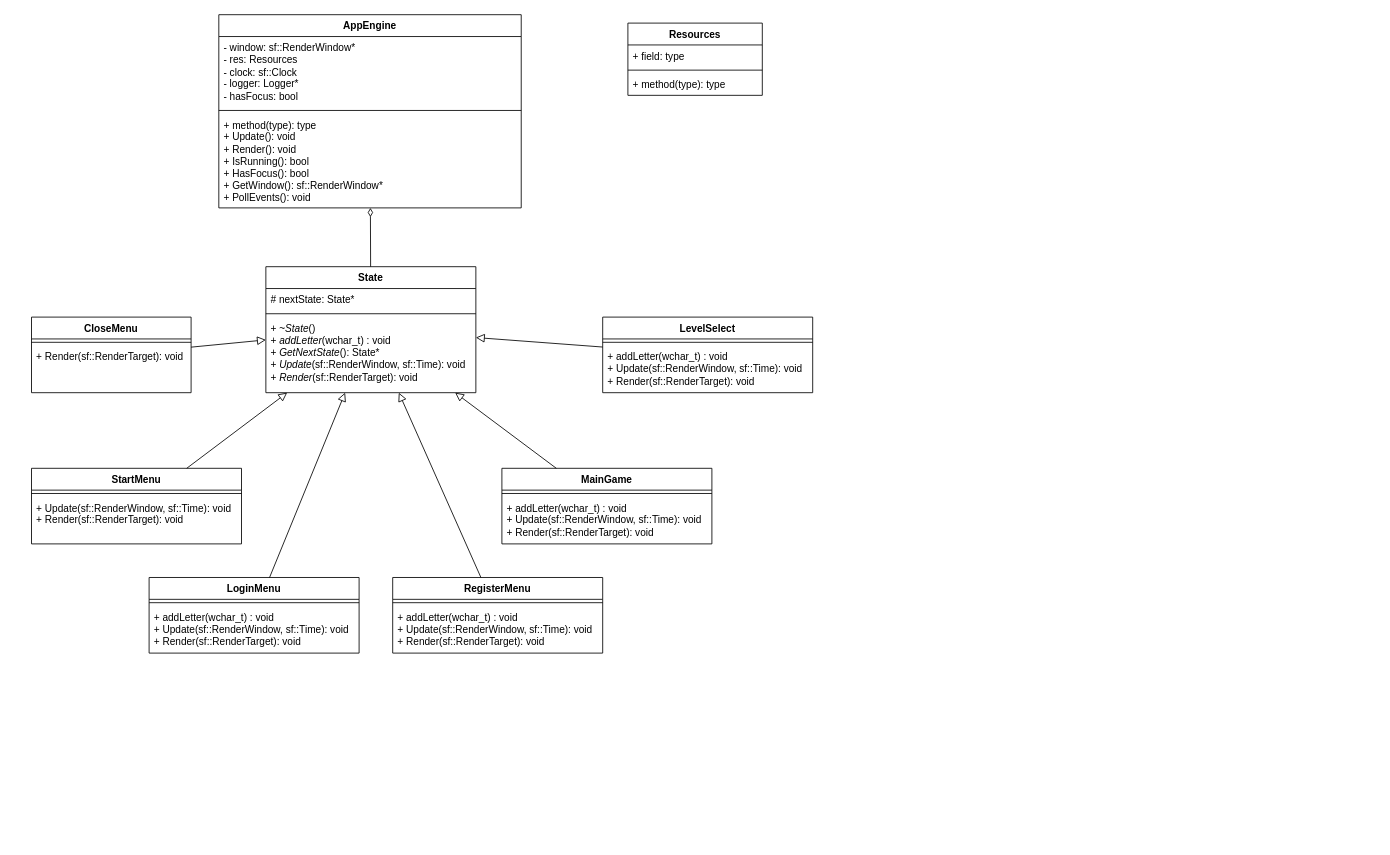
This is page "diagram_klas_appEngine" (11 of 19) of plan.drawio from bravePeer/BScThesis, a draw.io file, before an edit. Source tidied: cells renumbered, new cells numbered last; positions are measured from the earlier drawing's top-left corner, leaving out a move shared by most shapes. Both pictures are drawn from the tidied source at 84%, with x=0, y=0 at pixel (31, 14).
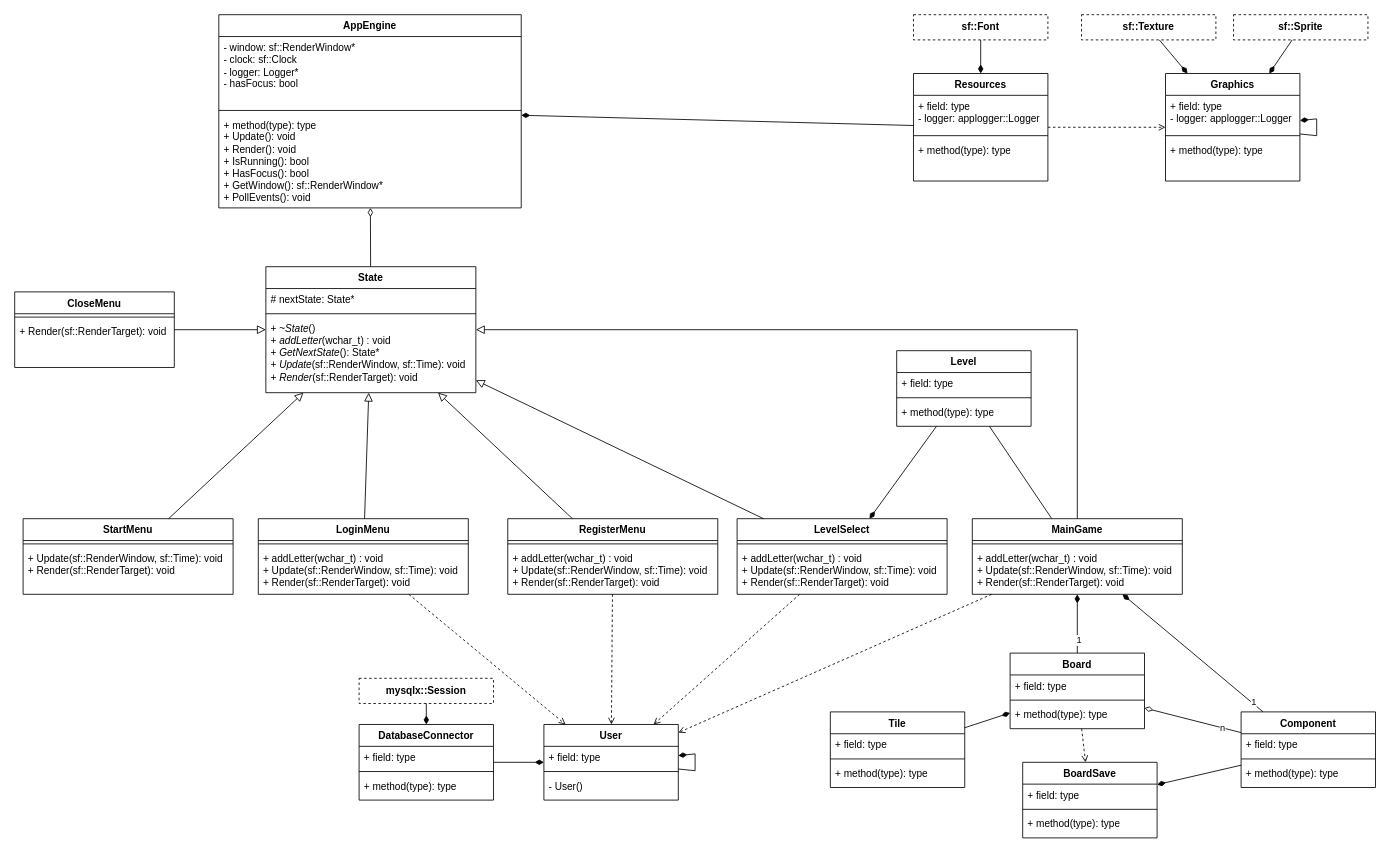
Above is the later version.

The change refers to these unchanged cells:
```xml
<mxCell id="2" value="State" style="swimlane;fontStyle=1;align=center;verticalAlign=top;horizontal=1;startSize=26;whiteSpace=wrap;html=1;" parent="1" vertex="1">
  <mxGeometry x="279" y="300" width="250" height="150" as="geometry" />
</mxCell>
<mxCell id="36" value="AppEngine" style="swimlane;fontStyle=1;align=center;verticalAlign=top;horizontal=1;startSize=26;whiteSpace=wrap;html=1;" parent="1" vertex="1">
  <mxGeometry x="223" width="360" height="230" as="geometry" />
</mxCell>
```

What changed in the source:
```diff
@@
     <mxCell id="6" value="LoginMenu" style="swimlane;fontStyle=1;align=center;verticalAlign=top;horizontal=1;startSize=26;whiteSpace=wrap;html=1;" parent="1" vertex="1">
-      <mxGeometry x="140" y="670" width="250" height="90" as="geometry" />
+      <mxGeometry x="270" y="600" width="250" height="90" as="geometry" />
     </mxCell>
@@
     <mxCell id="9" value="StartMenu" style="swimlane;fontStyle=1;align=center;verticalAlign=top;horizontal=1;startSize=26;whiteSpace=wrap;html=1;" parent="1" vertex="1">
-      <mxGeometry y="540" width="250" height="90" as="geometry" />
+      <mxGeometry x="-10" y="600" width="250" height="90" as="geometry" />
     </mxCell>
@@
     <mxCell id="12" value="RegisterMenu" style="swimlane;fontStyle=1;align=center;verticalAlign=top;horizontal=1;startSize=26;whiteSpace=wrap;html=1;" parent="1" vertex="1">
-      <mxGeometry x="430" y="670" width="250" height="90" as="geometry" />
+      <mxGeometry x="567" y="600" width="250" height="90" as="geometry" />
     </mxCell>
@@
     <mxCell id="15" value="LevelSelect" style="swimlane;fontStyle=1;align=center;verticalAlign=top;horizontal=1;startSize=26;whiteSpace=wrap;html=1;" parent="1" vertex="1">
-      <mxGeometry x="680" y="360" width="250" height="90" as="geometry" />
+      <mxGeometry x="840" y="600" width="250" height="90" as="geometry" />
     </mxCell>
@@
     <mxCell id="18" value="MainGame" style="swimlane;fontStyle=1;align=center;verticalAlign=top;horizontal=1;startSize=26;whiteSpace=wrap;html=1;" parent="1" vertex="1">
-      <mxGeometry x="560" y="540" width="250" height="90" as="geometry" />
+      <mxGeometry x="1120" y="600" width="250" height="90" as="geometry" />
     </mxCell>
@@
     <mxCell id="21" value="CloseMenu" style="swimlane;fontStyle=1;align=center;verticalAlign=top;horizontal=1;startSize=26;whiteSpace=wrap;html=1;" parent="1" vertex="1">
-      <mxGeometry y="360" width="190" height="90" as="geometry" />
+      <mxGeometry x="-20" y="330" width="190" height="90" as="geometry" />
     </mxCell>
@@
     <mxCell id="32" style="endArrow=block;html=1;rounded=0;align=center;verticalAlign=bottom;endFill=0;labelBackgroundColor=none;endSize=8;" parent="1" edge="1" source="18" target="2">
-      <mxGeometry relative="1" as="geometry" />
+      <mxGeometry relative="1" as="geometry">
+        <Array as="points">
+          <mxPoint x="1245" y="375" />
+        </Array>
+      </mxGeometry>
     </mxCell>
@@
-    <mxCell id="37" value="- window: sf::RenderWindow*&lt;br&gt;- res: Resources&lt;br&gt;- clock: sf::Clock&lt;br&gt;- logger: Logger*&lt;br&gt;- hasFocus: bool" style="text;strokeColor=none;fillColor=none;align=left;verticalAlign=top;spacingLeft=4;spacingRight=4;overflow=hidden;whiteSpace=wrap;html=1;" parent="36" vertex="1">
+    <mxCell id="37" value="- window: sf::RenderWindow*&lt;br&gt;- clock: sf::Clock&lt;br&gt;- logger: Logger*&lt;br&gt;- hasFocus: bool" style="text;strokeColor=none;fillColor=none;align=left;verticalAlign=top;spacingLeft=4;spacingRight=4;overflow=hidden;whiteSpace=wrap;html=1;" parent="36" vertex="1">
       <mxGeometry y="26" width="360" height="84" as="geometry" />
     </mxCell>
@@
     <mxCell id="40" value="Resources" style="swimlane;fontStyle=1;align=center;verticalAlign=top;horizontal=1;startSize=26;whiteSpace=wrap;html=1;" parent="1" vertex="1">
-      <mxGeometry x="710" y="10" width="160" height="86" as="geometry" />
+      <mxGeometry x="1050" y="70" width="160" height="128" as="geometry" />
     </mxCell>
-    <mxCell id="41" value="+ field: type" style="text;strokeColor=none;fillColor=none;align=left;verticalAlign=top;spacingLeft=4;spacingRight=4;overflow=hidden;whiteSpace=wrap;html=1;" parent="40" vertex="1">
-      <mxGeometry y="26" width="160" height="26" as="geometry" />
+    <mxCell id="41" value="+ field: type&lt;br&gt;- logger: applogger::Logger" style="text;strokeColor=none;fillColor=none;align=left;verticalAlign=top;spacingLeft=4;spacingRight=4;overflow=hidden;whiteSpace=wrap;html=1;" parent="40" vertex="1">
+      <mxGeometry y="26" width="160" height="44" as="geometry" />
     </mxCell>
     <mxCell id="42" style="line;strokeWidth=1;fillColor=none;align=left;verticalAlign=middle;spacingTop=-1;spacingLeft=3;spacingRight=3;labelPosition=right;strokeColor=inherit;" parent="40" vertex="1">
-      <mxGeometry y="52" width="160" height="8" as="geometry" />
+      <mxGeometry y="70" width="160" height="8" as="geometry" />
     </mxCell>
-    <mxCell id="43" value="+ method(type): type" style="text;strokeColor=none;fillColor=none;align=left;verticalAlign=top;spacingLeft=4;spacingRight=4;overflow=hidden;whiteSpace=wrap;html=1;" parent="40" vertex="1">
-      <mxGeometry y="60" width="160" height="26" as="geometry" />
+    <mxCell id="43" value="+ method(type): type&lt;br&gt;" style="text;strokeColor=none;fillColor=none;align=left;verticalAlign=top;spacingLeft=4;spacingRight=4;overflow=hidden;whiteSpace=wrap;html=1;" parent="40" vertex="1">
+      <mxGeometry y="78" width="160" height="50" as="geometry" />
     </mxCell>
@@
+    <mxCell id="45" style="endArrow=none;startArrow=diamondThin;endFill=0;startFill=1;html=1;verticalAlign=bottom;labelBackgroundColor=none;strokeWidth=1;startSize=8;endSize=8;rounded=0;" parent="1" edge="1" source="36" target="40">
+      <mxGeometry relative="1" as="geometry" />
+    </mxCell>
+    <mxCell id="46" value="Graphics" style="swimlane;fontStyle=1;align=center;verticalAlign=top;horizontal=1;startSize=26;whiteSpace=wrap;html=1;" parent="1" vertex="1">
+      <mxGeometry x="1350" y="70" width="160" height="128" as="geometry" />
+    </mxCell>
+    <mxCell id="47" value="+ field: type&lt;br&gt;- logger: applogger::Logger" style="text;strokeColor=none;fillColor=none;align=left;verticalAlign=top;spacingLeft=4;spacingRight=4;overflow=hidden;whiteSpace=wrap;html=1;" parent="46" vertex="1">
+      <mxGeometry y="26" width="160" height="44" as="geometry" />
+    </mxCell>
+    <mxCell id="48" style="line;strokeWidth=1;fillColor=none;align=left;verticalAlign=middle;spacingTop=-1;spacingLeft=3;spacingRight=3;labelPosition=right;strokeColor=inherit;" parent="46" vertex="1">
+      <mxGeometry y="70" width="160" height="8" as="geometry" />
+    </mxCell>
+    <mxCell id="49" value="+ method(type): type&lt;br style=&quot;border-color: var(--border-color);&quot;&gt;" style="text;strokeColor=none;fillColor=none;align=left;verticalAlign=top;spacingLeft=4;spacingRight=4;overflow=hidden;whiteSpace=wrap;html=1;" parent="46" vertex="1">
+      <mxGeometry y="78" width="160" height="50" as="geometry" />
+    </mxCell>
+    <mxCell id="50" style="endArrow=none;startArrow=diamondThin;endFill=0;startFill=1;html=1;verticalAlign=bottom;labelBackgroundColor=none;strokeWidth=1;startSize=8;endSize=8;rounded=0;" parent="1" edge="1" source="46" target="46">
+      <mxGeometry relative="1" as="geometry" />
+    </mxCell>
+    <mxCell id="51" value="&lt;b&gt;sf::Font&lt;/b&gt;" style="rounded=0;whiteSpace=wrap;html=1;dashed=1;" parent="1" vertex="1">
+      <mxGeometry x="1050" width="160" height="30" as="geometry" />
+    </mxCell>
+    <mxCell id="52" style="endArrow=none;startArrow=diamondThin;endFill=0;startFill=1;html=1;verticalAlign=bottom;labelBackgroundColor=none;strokeWidth=1;startSize=8;endSize=8;rounded=0;" parent="1" edge="1">
+      <mxGeometry relative="1" as="geometry">
+        <mxPoint x="470" y="845" as="sourcePoint" />
+        <mxPoint x="470" y="805" as="targetPoint" />
+      </mxGeometry>
+    </mxCell>
+    <mxCell id="53" value="&lt;b&gt;sf::Texture&lt;/b&gt;" style="rounded=0;whiteSpace=wrap;html=1;dashed=1;" parent="1" vertex="1">
+      <mxGeometry x="1250" width="160" height="30" as="geometry" />
+    </mxCell>
+    <mxCell id="54" value="&lt;b&gt;sf::Sprite&lt;/b&gt;" style="rounded=0;whiteSpace=wrap;html=1;dashed=1;" parent="1" vertex="1">
+      <mxGeometry x="1431" width="160" height="30" as="geometry" />
+    </mxCell>
+    <mxCell id="55" style="endArrow=none;startArrow=diamondThin;endFill=0;startFill=1;html=1;verticalAlign=bottom;labelBackgroundColor=none;strokeWidth=1;startSize=8;endSize=8;rounded=0;" parent="1" edge="1" source="46" target="54">
+      <mxGeometry relative="1" as="geometry" />
+    </mxCell>
+    <mxCell id="56" style="endArrow=none;startArrow=diamondThin;endFill=0;startFill=1;html=1;verticalAlign=bottom;labelBackgroundColor=none;strokeWidth=1;startSize=8;endSize=8;rounded=0;" parent="1" edge="1" source="46" target="53">
+      <mxGeometry relative="1" as="geometry" />
+    </mxCell>
+    <mxCell id="57" value="User" style="swimlane;fontStyle=1;align=center;verticalAlign=top;horizontal=1;startSize=26;whiteSpace=wrap;html=1;" parent="1" vertex="1">
+      <mxGeometry x="610" y="845" width="160" height="90" as="geometry" />
+    </mxCell>
+    <mxCell id="58" value="+ field: type" style="text;strokeColor=none;fillColor=none;align=left;verticalAlign=top;spacingLeft=4;spacingRight=4;overflow=hidden;whiteSpace=wrap;html=1;" parent="57" vertex="1">
+      <mxGeometry y="26" width="160" height="26" as="geometry" />
+    </mxCell>
+    <mxCell id="59" style="line;strokeWidth=1;fillColor=none;align=left;verticalAlign=middle;spacingTop=-1;spacingLeft=3;spacingRight=3;labelPosition=right;strokeColor=inherit;" parent="57" vertex="1">
+      <mxGeometry y="52" width="160" height="8" as="geometry" />
+    </mxCell>
+    <mxCell id="60" value="- User()" style="text;strokeColor=none;fillColor=none;align=left;verticalAlign=top;spacingLeft=4;spacingRight=4;overflow=hidden;whiteSpace=wrap;html=1;" parent="57" vertex="1">
+      <mxGeometry y="60" width="160" height="30" as="geometry" />
+    </mxCell>
+    <mxCell id="61" value="DatabaseConnector" style="swimlane;fontStyle=1;align=center;verticalAlign=top;horizontal=1;startSize=26;whiteSpace=wrap;html=1;" parent="1" vertex="1">
+      <mxGeometry x="390" y="845" width="160" height="90" as="geometry" />
+    </mxCell>
+    <mxCell id="62" value="+ field: type" style="text;strokeColor=none;fillColor=none;align=left;verticalAlign=top;spacingLeft=4;spacingRight=4;overflow=hidden;whiteSpace=wrap;html=1;" parent="61" vertex="1">
+      <mxGeometry y="26" width="160" height="26" as="geometry" />
+    </mxCell>
+    <mxCell id="63" style="line;strokeWidth=1;fillColor=none;align=left;verticalAlign=middle;spacingTop=-1;spacingLeft=3;spacingRight=3;labelPosition=right;strokeColor=inherit;" parent="61" vertex="1">
+      <mxGeometry y="52" width="160" height="8" as="geometry" />
+    </mxCell>
+    <mxCell id="64" value="+ method(type): type" style="text;strokeColor=none;fillColor=none;align=left;verticalAlign=top;spacingLeft=4;spacingRight=4;overflow=hidden;whiteSpace=wrap;html=1;" parent="61" vertex="1">
+      <mxGeometry y="60" width="160" height="30" as="geometry" />
+    </mxCell>
+    <mxCell id="65" style="endArrow=none;startArrow=diamondThin;endFill=0;startFill=1;html=1;verticalAlign=bottom;labelBackgroundColor=none;strokeWidth=1;startSize=8;endSize=8;rounded=0;" parent="1" edge="1" source="57" target="61">
+      <mxGeometry relative="1" as="geometry" />
+    </mxCell>
+    <mxCell id="66" style="endArrow=none;startArrow=diamondThin;endFill=0;startFill=1;html=1;verticalAlign=bottom;labelBackgroundColor=none;strokeWidth=1;startSize=8;endSize=8;rounded=0;" parent="1" edge="1" source="57" target="57">
+      <mxGeometry relative="1" as="geometry" />
+    </mxCell>
+    <mxCell id="67" style="html=1;verticalAlign=bottom;labelBackgroundColor=none;endArrow=open;endFill=0;dashed=1;rounded=0;" parent="1" edge="1" source="40" target="46">
+      <mxGeometry relative="1" as="geometry" />
+    </mxCell>
+    <mxCell id="68" value="&lt;b&gt;mysqlx::Session&lt;/b&gt;" style="rounded=0;whiteSpace=wrap;html=1;dashed=1;" parent="1" vertex="1">
+      <mxGeometry x="390" y="790" width="160" height="30" as="geometry" />
+    </mxCell>
+    <mxCell id="69" style="html=1;verticalAlign=bottom;labelBackgroundColor=none;endArrow=open;endFill=0;dashed=1;rounded=0;" parent="1" edge="1" source="6" target="57">
+      <mxGeometry relative="1" as="geometry" />
+    </mxCell>
+    <mxCell id="70" style="html=1;verticalAlign=bottom;labelBackgroundColor=none;endArrow=open;endFill=0;dashed=1;rounded=0;" parent="1" edge="1" source="12" target="57">
+      <mxGeometry relative="1" as="geometry" />
+    </mxCell>
+    <mxCell id="71" style="html=1;verticalAlign=bottom;labelBackgroundColor=none;endArrow=open;endFill=0;dashed=1;rounded=0;" parent="1" edge="1" source="15" target="57">
+      <mxGeometry relative="1" as="geometry" />
+    </mxCell>
+    <mxCell id="72" style="html=1;verticalAlign=bottom;labelBackgroundColor=none;endArrow=open;endFill=0;dashed=1;rounded=0;" parent="1" edge="1" source="18" target="57">
+      <mxGeometry relative="1" as="geometry" />
+    </mxCell>
+    <mxCell id="73" style="endArrow=none;startArrow=diamondThin;endFill=0;startFill=1;html=1;verticalAlign=bottom;labelBackgroundColor=none;strokeWidth=1;startSize=8;endSize=8;rounded=0;" parent="1" edge="1" source="40" target="51">
+      <mxGeometry relative="1" as="geometry" />
+    </mxCell>
+    <mxCell id="74" value="Level" style="swimlane;fontStyle=1;align=center;verticalAlign=top;horizontal=1;startSize=26;whiteSpace=wrap;html=1;" parent="1" vertex="1">
+      <mxGeometry x="1030" y="400" width="160" height="90" as="geometry" />
+    </mxCell>
+    <mxCell id="75" value="+ field: type" style="text;strokeColor=none;fillColor=none;align=left;verticalAlign=top;spacingLeft=4;spacingRight=4;overflow=hidden;whiteSpace=wrap;html=1;" parent="74" vertex="1">
+      <mxGeometry y="26" width="160" height="26" as="geometry" />
+    </mxCell>
+    <mxCell id="76" style="line;strokeWidth=1;fillColor=none;align=left;verticalAlign=middle;spacingTop=-1;spacingLeft=3;spacingRight=3;labelPosition=right;strokeColor=inherit;" parent="74" vertex="1">
+      <mxGeometry y="52" width="160" height="8" as="geometry" />
+    </mxCell>
+    <mxCell id="77" value="+ method(type): type" style="text;strokeColor=none;fillColor=none;align=left;verticalAlign=top;spacingLeft=4;spacingRight=4;overflow=hidden;whiteSpace=wrap;html=1;" parent="74" vertex="1">
+      <mxGeometry y="60" width="160" height="30" as="geometry" />
+    </mxCell>
+    <mxCell id="78" value="Board" style="swimlane;fontStyle=1;align=center;verticalAlign=top;horizontal=1;startSize=26;whiteSpace=wrap;html=1;" parent="1" vertex="1">
+      <mxGeometry x="1165" y="760" width="160" height="90" as="geometry" />
+    </mxCell>
+    <mxCell id="79" value="+ field: type" style="text;strokeColor=none;fillColor=none;align=left;verticalAlign=top;spacingLeft=4;spacingRight=4;overflow=hidden;whiteSpace=wrap;html=1;" parent="78" vertex="1">
+      <mxGeometry y="26" width="160" height="26" as="geometry" />
+    </mxCell>
+    <mxCell id="80" style="line;strokeWidth=1;fillColor=none;align=left;verticalAlign=middle;spacingTop=-1;spacingLeft=3;spacingRight=3;labelPosition=right;strokeColor=inherit;" parent="78" vertex="1">
+      <mxGeometry y="52" width="160" height="8" as="geometry" />
+    </mxCell>
+    <mxCell id="81" value="+ method(type): type" style="text;strokeColor=none;fillColor=none;align=left;verticalAlign=top;spacingLeft=4;spacingRight=4;overflow=hidden;whiteSpace=wrap;html=1;" parent="78" vertex="1">
+      <mxGeometry y="60" width="160" height="30" as="geometry" />
+    </mxCell>
+    <mxCell id="82" value="Tile" style="swimlane;fontStyle=1;align=center;verticalAlign=top;horizontal=1;startSize=26;whiteSpace=wrap;html=1;" parent="1" vertex="1">
+      <mxGeometry x="951" y="830" width="160" height="90" as="geometry" />
+    </mxCell>
+    <mxCell id="83" value="+ field: type" style="text;strokeColor=none;fillColor=none;align=left;verticalAlign=top;spacingLeft=4;spacingRight=4;overflow=hidden;whiteSpace=wrap;html=1;" parent="82" vertex="1">
+      <mxGeometry y="26" width="160" height="26" as="geometry" />
+    </mxCell>
+    <mxCell id="84" style="line;strokeWidth=1;fillColor=none;align=left;verticalAlign=middle;spacingTop=-1;spacingLeft=3;spacingRight=3;labelPosition=right;strokeColor=inherit;" parent="82" vertex="1">
+      <mxGeometry y="52" width="160" height="8" as="geometry" />
+    </mxCell>
+    <mxCell id="85" value="+ method(type): type" style="text;strokeColor=none;fillColor=none;align=left;verticalAlign=top;spacingLeft=4;spacingRight=4;overflow=hidden;whiteSpace=wrap;html=1;" parent="82" vertex="1">
+      <mxGeometry y="60" width="160" height="30" as="geometry" />
+    </mxCell>
+    <mxCell id="86" value="Component" style="swimlane;fontStyle=1;align=center;verticalAlign=top;horizontal=1;startSize=26;whiteSpace=wrap;html=1;" parent="1" vertex="1">
+      <mxGeometry x="1440" y="830" width="160" height="90" as="geometry" />
+    </mxCell>
+    <mxCell id="87" value="+ field: type" style="text;strokeColor=none;fillColor=none;align=left;verticalAlign=top;spacingLeft=4;spacingRight=4;overflow=hidden;whiteSpace=wrap;html=1;" parent="86" vertex="1">
+      <mxGeometry y="26" width="160" height="26" as="geometry" />
+    </mxCell>
+    <mxCell id="88" style="line;strokeWidth=1;fillColor=none;align=left;verticalAlign=middle;spacingTop=-1;spacingLeft=3;spacingRight=3;labelPosition=right;strokeColor=inherit;" parent="86" vertex="1">
+      <mxGeometry y="52" width="160" height="8" as="geometry" />
+    </mxCell>
+    <mxCell id="89" value="+ method(type): type" style="text;strokeColor=none;fillColor=none;align=left;verticalAlign=top;spacingLeft=4;spacingRight=4;overflow=hidden;whiteSpace=wrap;html=1;" parent="86" vertex="1">
+      <mxGeometry y="60" width="160" height="30" as="geometry" />
+    </mxCell>
+    <mxCell id="90" style="endArrow=none;startArrow=diamondThin;endFill=0;startFill=1;html=1;verticalAlign=bottom;labelBackgroundColor=none;strokeWidth=1;startSize=8;endSize=8;rounded=0;" parent="1" edge="1" source="18" target="78">
+      <mxGeometry relative="1" as="geometry" />
+    </mxCell>
+    <mxCell id="91" value="1" style="edgeLabel;html=1;align=center;verticalAlign=middle;" parent="90" vertex="1">
+      <mxGeometry x="0.53" y="1" relative="1" as="geometry" />
+    </mxCell>
+    <mxCell id="92" style="endArrow=none;startArrow=diamondThin;endFill=0;startFill=1;html=1;verticalAlign=bottom;labelBackgroundColor=none;strokeWidth=1;startSize=8;endSize=8;rounded=0;" parent="1" edge="1" source="78" target="82">
+      <mxGeometry relative="1" as="geometry" />
+    </mxCell>
+    <mxCell id="93" value="BoardSave" style="swimlane;fontStyle=1;align=center;verticalAlign=top;horizontal=1;startSize=26;whiteSpace=wrap;html=1;" parent="1" vertex="1">
+      <mxGeometry x="1180" y="890" width="160" height="90" as="geometry" />
+    </mxCell>
+    <mxCell id="94" value="+ field: type" style="text;strokeColor=none;fillColor=none;align=left;verticalAlign=top;spacingLeft=4;spacingRight=4;overflow=hidden;whiteSpace=wrap;html=1;" parent="93" vertex="1">
+      <mxGeometry y="26" width="160" height="26" as="geometry" />
+    </mxCell>
+    <mxCell id="95" style="line;strokeWidth=1;fillColor=none;align=left;verticalAlign=middle;spacingTop=-1;spacingLeft=3;spacingRight=3;labelPosition=right;strokeColor=inherit;" parent="93" vertex="1">
+      <mxGeometry y="52" width="160" height="8" as="geometry" />
+    </mxCell>
+    <mxCell id="96" value="+ method(type): type" style="text;strokeColor=none;fillColor=none;align=left;verticalAlign=top;spacingLeft=4;spacingRight=4;overflow=hidden;whiteSpace=wrap;html=1;" parent="93" vertex="1">
+      <mxGeometry y="60" width="160" height="30" as="geometry" />
+    </mxCell>
+    <mxCell id="97" style="html=1;verticalAlign=bottom;labelBackgroundColor=none;endArrow=open;endFill=0;dashed=1;rounded=0;" parent="1" edge="1" source="78" target="93">
+      <mxGeometry relative="1" as="geometry" />
+    </mxCell>
+    <mxCell id="98" style="endArrow=none;startArrow=diamondThin;endFill=0;startFill=1;html=1;verticalAlign=bottom;labelBackgroundColor=none;strokeWidth=1;startSize=8;endSize=8;rounded=0;" parent="1" edge="1" source="18" target="86">
+      <mxGeometry relative="1" as="geometry" />
+    </mxCell>
+    <mxCell id="99" value="1" style="edgeLabel;html=1;align=center;verticalAlign=middle;" parent="98" vertex="1">
+      <mxGeometry x="0.84" y="2" relative="1" as="geometry" />
+    </mxCell>
+    <mxCell id="100" style="endArrow=none;startArrow=diamondThin;endFill=0;startFill=1;html=1;verticalAlign=bottom;labelBackgroundColor=none;strokeWidth=1;startSize=8;endSize=8;rounded=0;" parent="1" edge="1" source="93" target="86">
+      <mxGeometry relative="1" as="geometry" />
+    </mxCell>
+    <mxCell id="101" style="endArrow=none;startArrow=diamondThin;endFill=0;startFill=0;html=1;verticalAlign=bottom;labelBackgroundColor=none;strokeWidth=1;startSize=8;endSize=8;rounded=0;" parent="1" edge="1" source="78" target="86">
+      <mxGeometry relative="1" as="geometry" />
+    </mxCell>
+    <mxCell id="102" value="n" style="edgeLabel;html=1;align=center;verticalAlign=middle;" parent="101" vertex="1">
+      <mxGeometry x="0.6" relative="1" as="geometry" />
+    </mxCell>
+    <mxCell id="103" style="endArrow=none;startArrow=diamondThin;endFill=0;startFill=1;html=1;verticalAlign=bottom;labelBackgroundColor=none;strokeWidth=1;startSize=8;endSize=8;rounded=0;" parent="1" edge="1" source="15" target="74">
+      <mxGeometry relative="1" as="geometry" />
+    </mxCell>
+    <mxCell id="104" style="endArrow=none;startArrow=none;endFill=0;startFill=0;endSize=8;html=1;verticalAlign=bottom;labelBackgroundColor=none;strokeWidth=1;rounded=0;" parent="1" edge="1" source="74" target="18">
+      <mxGeometry relative="1" as="geometry" />
+    </mxCell>
```
